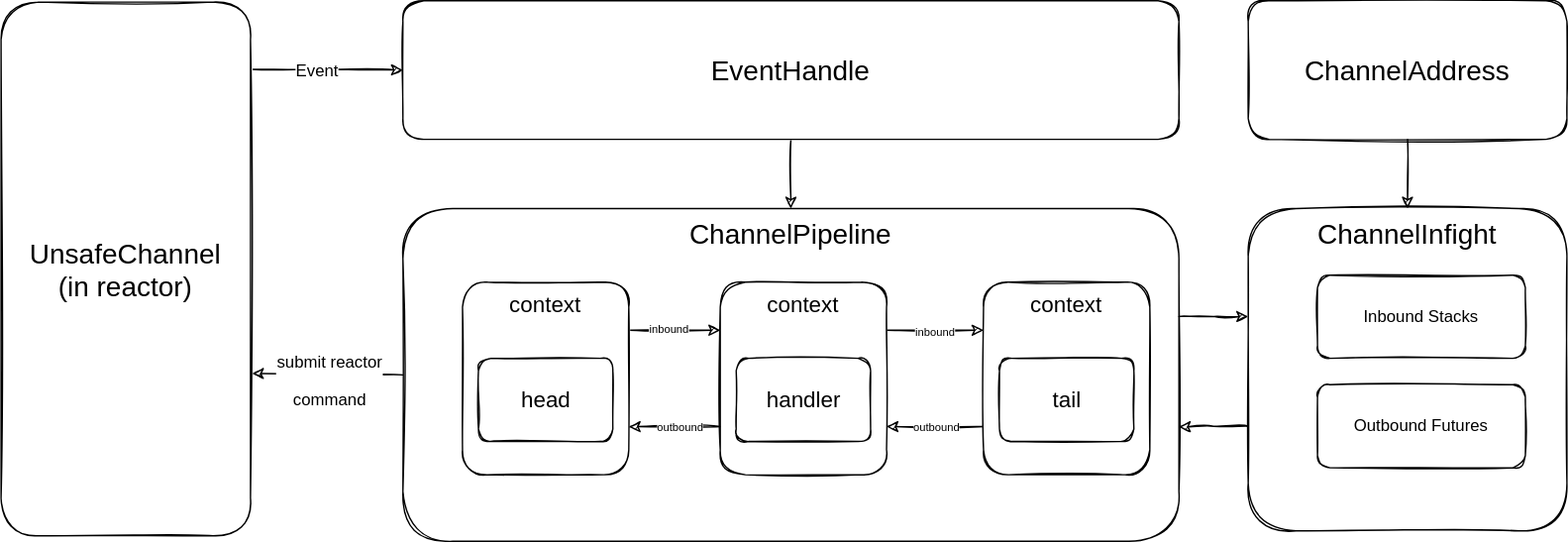
Earlier version of the draw.io export docs/_assets/images/architecture_of_channel.drawio.svg (otavia-projects/otavia). Source tidied: cells renumbered, new cells last; positions are measured from the earlier drawing's top-left corner, leaving out a move shared by most shapes.
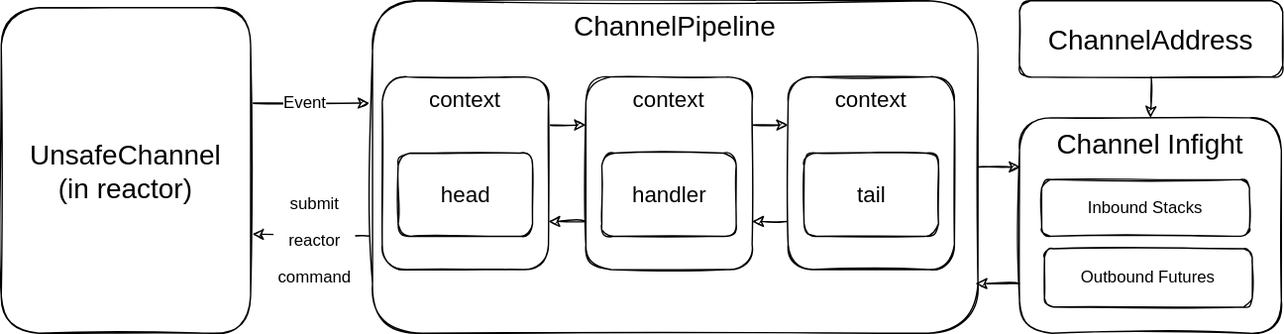
After the change.

What changed in the source:
```diff
@@ -2,106 +2,78 @@
   <root>
     <mxCell id="0" />
     <mxCell id="1" parent="0" />
-    <mxCell id="2" style="edgeStyle=orthogonalEdgeStyle;rounded=0;jettySize=auto;html=1;entryX=1.006;entryY=0.696;entryDx=0;entryDy=0;fontSize=22;entryPerimeter=0;sketch=1;" parent="1" edge="1" source="4" target="21">
+    <mxCell id="2" style="edgeStyle=orthogonalEdgeStyle;rounded=0;jettySize=auto;html=1;entryX=1.006;entryY=0.696;entryDx=0;entryDy=0;fontSize=22;entryPerimeter=0;sketch=1;exitX=-0.005;exitY=0.708;exitDx=0;exitDy=0;exitPerimeter=0;" parent="1" edge="1" source="4" target="21">
       <mxGeometry relative="1" as="geometry" />
     </mxCell>
-    <mxCell id="3" value="&lt;font style=&quot;font-size: 12px;&quot;&gt;submit reactor&lt;br&gt;&amp;nbsp;command&amp;nbsp;&lt;/font&gt;" style="edgeLabel;html=1;align=center;verticalAlign=middle;fontSize=22;spacing=2;sketch=1;" parent="2" vertex="1">
+    <mxCell id="3" value="&lt;font style=&quot;font-size: 12px;&quot;&gt;submit &lt;br&gt;reactor&lt;br&gt;&amp;nbsp;command&amp;nbsp;&lt;/font&gt;" style="edgeLabel;html=1;align=center;verticalAlign=middle;fontSize=22;spacing=2;sketch=1;" parent="2" vertex="1">
       <mxGeometry x="-0.28" y="1" relative="1" as="geometry">
-        <mxPoint x="-15" y="-1" as="offset" />
+        <mxPoint x="-9" y="-1" as="offset" />
       </mxGeometry>
     </mxCell>
     <mxCell id="4" value="&lt;font style=&quot;font-size: 20px&quot;&gt;ChannelPipeline&lt;/font&gt;" style="rounded=1;whiteSpace=wrap;html=1;verticalAlign=top;sketch=1;" parent="1" vertex="1">
-      <mxGeometry x="290" y="150" width="560" height="240" as="geometry" />
+      <mxGeometry x="290" y="150" width="437" height="240" as="geometry" />
     </mxCell>
     <mxCell id="5" style="edgeStyle=orthogonalEdgeStyle;rounded=1;jettySize=auto;html=1;exitX=1;exitY=0.25;exitDx=0;exitDy=0;entryX=0;entryY=0.25;entryDx=0;entryDy=0;fontSize=16;sketch=1;" parent="1" edge="1" source="7" target="13">
       <mxGeometry relative="1" as="geometry" />
     </mxCell>
-    <mxCell id="6" value="inbound" style="edgeLabel;html=1;align=center;verticalAlign=middle;fontSize=8;rounded=1;sketch=1;" parent="5" vertex="1">
-      <mxGeometry x="-0.27" relative="1" as="geometry">
-        <mxPoint x="4" y="-1" as="offset" />
-      </mxGeometry>
-    </mxCell>
     <mxCell id="7" value="&lt;font style=&quot;font-size: 16px&quot;&gt;context&lt;/font&gt;" style="rounded=1;whiteSpace=wrap;html=1;verticalAlign=top;sketch=1;" parent="1" vertex="1">
-      <mxGeometry x="333" y="203" width="120" height="139" as="geometry" />
+      <mxGeometry x="297" y="205" width="120" height="139" as="geometry" />
     </mxCell>
     <mxCell id="8" value="head" style="rounded=1;whiteSpace=wrap;html=1;fontSize=16;verticalAlign=middle;sketch=1;" parent="1" vertex="1">
-      <mxGeometry x="344.5" y="258" width="97" height="60" as="geometry" />
+      <mxGeometry x="308.5" y="260" width="97" height="60" as="geometry" />
     </mxCell>
     <mxCell id="9" style="edgeStyle=orthogonalEdgeStyle;rounded=1;jettySize=auto;html=1;exitX=1;exitY=0.25;exitDx=0;exitDy=0;entryX=0;entryY=0.25;entryDx=0;entryDy=0;fontSize=16;sketch=1;" parent="1" edge="1" source="13" target="17">
       <mxGeometry relative="1" as="geometry" />
     </mxCell>
-    <mxCell id="10" value="inbound" style="edgeLabel;html=1;align=center;verticalAlign=middle;fontSize=8;rounded=1;sketch=1;" parent="9" vertex="1">
-      <mxGeometry x="-0.13" relative="1" as="geometry">
-        <mxPoint x="4" y="1" as="offset" />
-      </mxGeometry>
-    </mxCell>
     <mxCell id="11" style="edgeStyle=orthogonalEdgeStyle;rounded=1;jettySize=auto;html=1;exitX=0;exitY=0.75;exitDx=0;exitDy=0;entryX=1;entryY=0.75;entryDx=0;entryDy=0;fontSize=16;sketch=1;" parent="1" edge="1" source="13" target="7">
       <mxGeometry relative="1" as="geometry" />
     </mxCell>
-    <mxCell id="12" value="outbound" style="edgeLabel;html=1;align=center;verticalAlign=middle;fontSize=8;rounded=1;sketch=1;" parent="11" vertex="1">
-      <mxGeometry x="0.13" relative="1" as="geometry">
-        <mxPoint x="7" as="offset" />
-      </mxGeometry>
-    </mxCell>
     <mxCell id="13" value="&lt;font style=&quot;font-size: 16px&quot;&gt;context&lt;/font&gt;" style="rounded=1;whiteSpace=wrap;html=1;verticalAlign=top;sketch=1;" parent="1" vertex="1">
-      <mxGeometry x="519" y="203" width="120" height="139" as="geometry" />
+      <mxGeometry x="444" y="205" width="120" height="139" as="geometry" />
     </mxCell>
     <mxCell id="14" value="handler" style="rounded=1;whiteSpace=wrap;html=1;fontSize=16;verticalAlign=middle;sketch=1;" parent="1" vertex="1">
-      <mxGeometry x="530.5" y="258" width="97" height="60" as="geometry" />
+      <mxGeometry x="455.5" y="260" width="97" height="60" as="geometry" />
     </mxCell>
     <mxCell id="15" style="edgeStyle=orthogonalEdgeStyle;rounded=1;jettySize=auto;html=1;exitX=0;exitY=0.75;exitDx=0;exitDy=0;entryX=1;entryY=0.75;entryDx=0;entryDy=0;fontSize=16;sketch=1;" parent="1" edge="1" source="17" target="13">
       <mxGeometry relative="1" as="geometry" />
     </mxCell>
-    <mxCell id="16" value="outbound" style="edgeLabel;html=1;align=center;verticalAlign=middle;fontSize=8;rounded=1;sketch=1;" parent="15" vertex="1">
-      <mxGeometry x="0.15" relative="1" as="geometry">
-        <mxPoint x="5" as="offset" />
-      </mxGeometry>
-    </mxCell>
     <mxCell id="17" value="&lt;font style=&quot;font-size: 16px&quot;&gt;context&lt;/font&gt;" style="rounded=1;whiteSpace=wrap;html=1;verticalAlign=top;sketch=1;" parent="1" vertex="1">
-      <mxGeometry x="709" y="203" width="120" height="139" as="geometry" />
+      <mxGeometry x="590" y="205" width="120" height="139" as="geometry" />
     </mxCell>
     <mxCell id="18" value="tail" style="rounded=1;whiteSpace=wrap;html=1;fontSize=16;verticalAlign=middle;sketch=1;" parent="1" vertex="1">
-      <mxGeometry x="720.5" y="258" width="97" height="60" as="geometry" />
+      <mxGeometry x="601.5" y="260" width="97" height="60" as="geometry" />
     </mxCell>
-    <mxCell id="19" style="edgeStyle=orthogonalEdgeStyle;rounded=0;jettySize=auto;html=1;entryX=0;entryY=0.5;entryDx=0;entryDy=0;fontSize=12;exitX=1.002;exitY=0.126;exitDx=0;exitDy=0;exitPerimeter=0;sketch=1;" parent="1" edge="1" source="21" target="24">
+    <mxCell id="19" style="edgeStyle=orthogonalEdgeStyle;rounded=0;jettySize=auto;html=1;entryX=-0.005;entryY=0.308;entryDx=0;entryDy=0;fontSize=12;exitX=0.983;exitY=0.293;exitDx=0;exitDy=0;exitPerimeter=0;sketch=1;entryPerimeter=0;" parent="1" edge="1" source="21" target="4">
       <mxGeometry relative="1" as="geometry" />
     </mxCell>
     <mxCell id="20" value="Event" style="edgeLabel;html=1;align=center;verticalAlign=middle;fontSize=12;sketch=1;" parent="19" vertex="1">
       <mxGeometry x="0.37" y="3" relative="1" as="geometry">
-        <mxPoint x="-27" y="3" as="offset" />
+        <mxPoint x="-19" y="3" as="offset" />
       </mxGeometry>
     </mxCell>
     <mxCell id="21" value="&lt;font style=&quot;font-size: 20px&quot;&gt;UnsafeChannel&lt;br&gt;(in reactor)&lt;br&gt;&lt;/font&gt;" style="rounded=1;whiteSpace=wrap;html=1;verticalAlign=middle;sketch=1;" parent="1" vertex="1">
-      <mxGeometry y="1" width="180" height="385" as="geometry" />
+      <mxGeometry x="22" y="155" width="180" height="235" as="geometry" />
     </mxCell>
-    <mxCell id="22" value="&lt;font style=&quot;font-size: 20px&quot;&gt;ChannelInfight&lt;/font&gt;" style="rounded=1;whiteSpace=wrap;html=1;verticalAlign=top;sketch=1;" parent="1" vertex="1">
-      <mxGeometry x="900" y="150" width="230" height="232.5" as="geometry" />
+    <mxCell id="22" value="&lt;font style=&quot;font-size: 20px&quot;&gt;Channel Infight&lt;/font&gt;" style="rounded=1;whiteSpace=wrap;html=1;verticalAlign=top;sketch=1;" parent="1" vertex="1">
+      <mxGeometry x="757" y="234.5" width="189" height="155.5" as="geometry" />
     </mxCell>
-    <mxCell id="23" style="edgeStyle=orthogonalEdgeStyle;rounded=0;jettySize=auto;html=1;entryX=0.5;entryY=0;entryDx=0;entryDy=0;sketch=1;" parent="1" edge="1" source="24" target="4">
-      <mxGeometry relative="1" as="geometry" />
-    </mxCell>
-    <mxCell id="24" value="&lt;span style=&quot;font-size: 20px;&quot;&gt;EventHandle&lt;/span&gt;" style="rounded=1;whiteSpace=wrap;html=1;verticalAlign=middle;sketch=1;" parent="1" vertex="1">
-      <mxGeometry x="290" width="560" height="100" as="geometry" />
-    </mxCell>
-    <mxCell id="25" style="edgeStyle=orthogonalEdgeStyle;rounded=0;jettySize=auto;html=1;entryX=1;entryY=0.656;entryDx=0;entryDy=0;fontSize=12;entryPerimeter=0;sketch=1;" parent="1" edge="1" target="4">
-      <mxGeometry relative="1" as="geometry">
-        <mxPoint x="900" y="307" as="sourcePoint" />
-      </mxGeometry>
+    <mxCell id="25" style="edgeStyle=orthogonalEdgeStyle;rounded=0;jettySize=auto;html=1;entryX=0.996;entryY=0.85;entryDx=0;entryDy=0;fontSize=12;entryPerimeter=0;sketch=1;exitX=-0.001;exitY=0.769;exitDx=0;exitDy=0;exitPerimeter=0;" parent="1" edge="1" source="22" target="4">
+      <mxGeometry relative="1" as="geometry" />
     </mxCell>
     <mxCell id="26" value="Outbound Futures" style="rounded=1;whiteSpace=wrap;html=1;fontSize=12;sketch=1;" parent="1" vertex="1">
-      <mxGeometry x="950" y="277" width="150" height="60" as="geometry" />
+      <mxGeometry x="775" y="329" width="150" height="42" as="geometry" />
     </mxCell>
     <mxCell id="27" value="Inbound Stacks" style="rounded=1;whiteSpace=wrap;html=1;fontSize=12;sketch=1;" parent="1" vertex="1">
-      <mxGeometry x="950" y="198" width="150" height="60" as="geometry" />
+      <mxGeometry x="773" y="279" width="150" height="41" as="geometry" />
     </mxCell>
-    <mxCell id="28" style="edgeStyle=orthogonalEdgeStyle;rounded=0;jettySize=auto;html=1;fontSize=12;exitX=1;exitY=0.324;exitDx=0;exitDy=0;exitPerimeter=0;entryX=0;entryY=0.335;entryDx=0;entryDy=0;entryPerimeter=0;sketch=1;" parent="1" edge="1" source="4" target="22">
+    <mxCell id="28" style="edgeStyle=orthogonalEdgeStyle;rounded=0;jettySize=auto;html=1;fontSize=12;exitX=1;exitY=0.5;exitDx=0;exitDy=0;entryX=0.004;entryY=0.232;entryDx=0;entryDy=0;entryPerimeter=0;sketch=1;" parent="1" edge="1" source="4" target="22">
       <mxGeometry relative="1" as="geometry" />
     </mxCell>
     <mxCell id="29" style="edgeStyle=orthogonalEdgeStyle;rounded=0;jettySize=auto;html=1;fontSize=12;sketch=1;" parent="1" edge="1" source="30" target="22">
       <mxGeometry relative="1" as="geometry" />
     </mxCell>
     <mxCell id="30" value="&lt;span style=&quot;font-size: 20px;&quot;&gt;ChannelAddress&lt;/span&gt;" style="rounded=1;whiteSpace=wrap;html=1;verticalAlign=middle;sketch=1;" parent="1" vertex="1">
-      <mxGeometry x="900" width="230" height="100" as="geometry" />
+      <mxGeometry x="757" y="150" width="190" height="55" as="geometry" />
     </mxCell>
   </root>
 </mxGraphModel>
```
